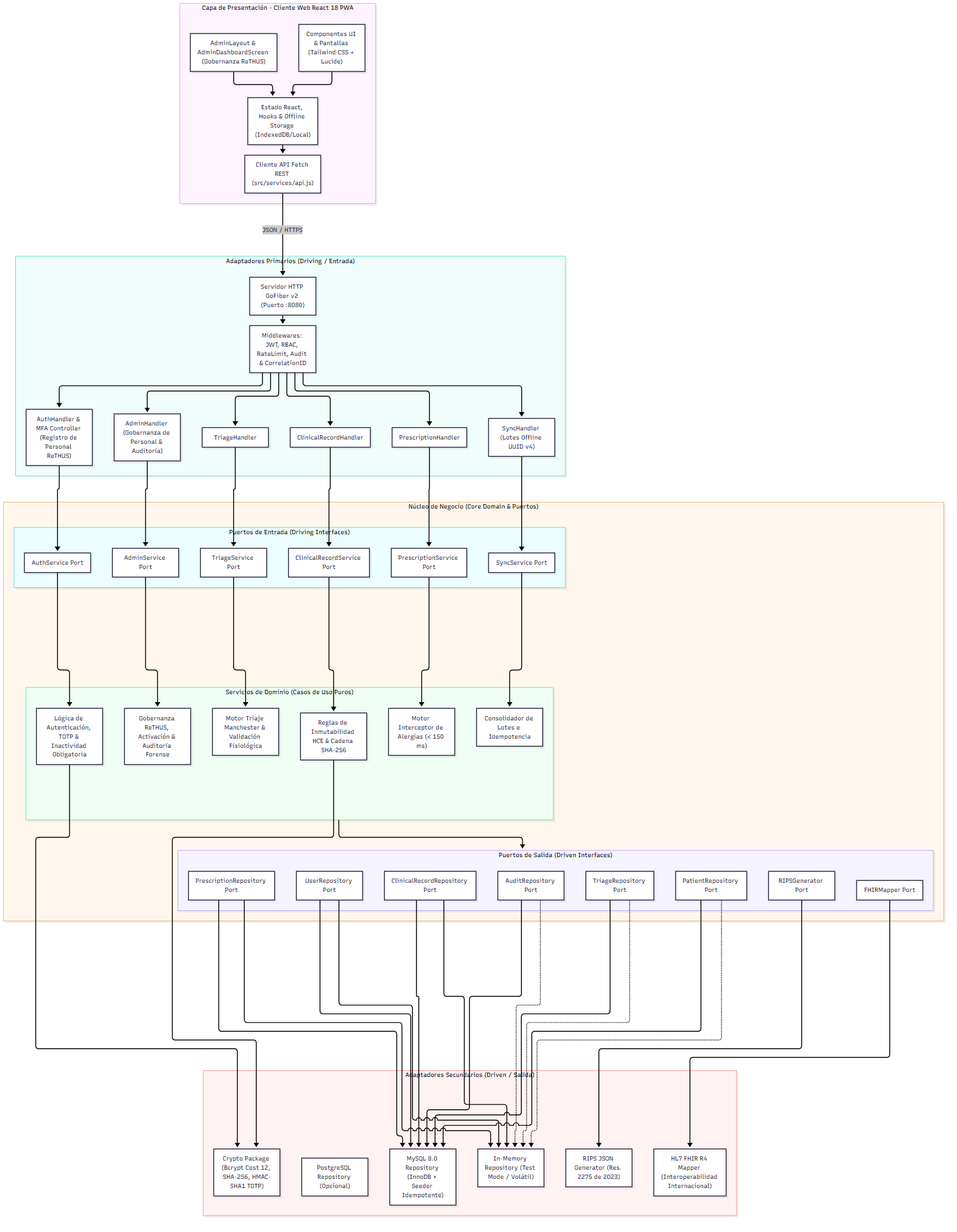
ThiagoVelez/Proyecto_felipe keeps this Mermaid diagram as docs/diagrams/02_arquitectura_hexagonal.png. Above is the earlier version. Its source is kept beside it as docs/diagrams/02_arquitectura_hexagonal.mmd.
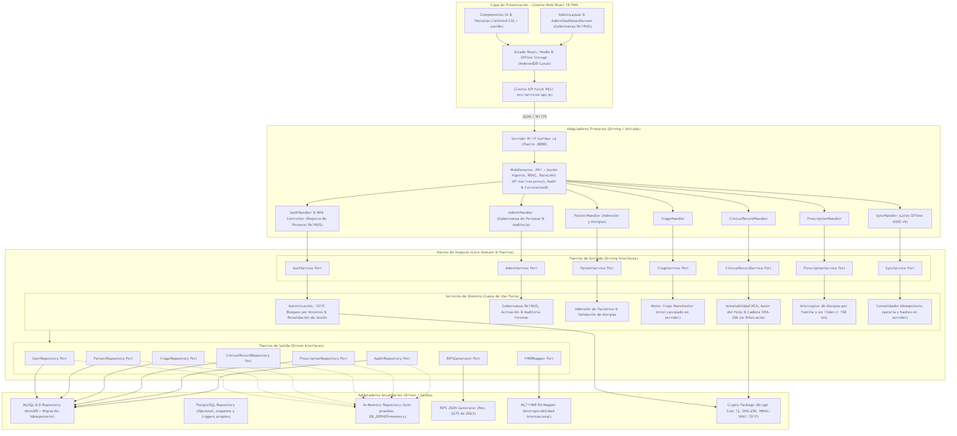
Later version of the same file.

Change to the diagram source:
```diff
@@ -13,11 +13,12 @@
         FiberServer["Servidor HTTP GoFiber v2 (Puerto :8080)"]
         AuthHandler["AuthHandler & MFA Controller (Registro de Personal ReTHUS)"]
         AdminHandler["AdminHandler (Gobernanza de Personal & Auditoría)"]
+        PatientHandler["PatientHandler (Admisión y Alergias)"]
         TriageHandler["TriageHandler"]
         RecordHandler["ClinicalRecordHandler"]
         PrescHandler["PrescriptionHandler"]
         SyncHandler["SyncHandler (Lotes Offline UUID v4)"]
-        Middlewares["Middlewares: JWT, RBAC, RateLimit, Audit & CorrelationID"]
+        Middlewares["Middlewares: JWT + Sesión Vigente, RBAC, RateLimit (IP real tras proxy), Audit & CorrelationID"]
     end
 
     subgraph CoreHexagon ["Núcleo de Negocio (Core Domain & Puertos)"]
@@ -25,6 +26,7 @@
         subgraph InPorts ["Puertos de Entrada (Driving Interfaces)"]
             AuthServicePort["AuthService Port"]
             AdminServicePort["AdminService Port"]
+            PatientServicePort["PatientService Port"]
             TriageServicePort["TriageService Port"]
             RecordServicePort["ClinicalRecordService Port"]
             PrescServicePort["PrescriptionService Port"]
@@ -32,12 +34,13 @@
         end
 
         subgraph DomainServices ["Servicios de Dominio (Casos de Uso Puros)"]
-            AuthLogic["Lógica de Autenticación, TOTP & Inactividad Obligatoria"]
+            AuthLogic["Autenticación, TOTP, Bloqueo por Intentos & Revalidación de Sesión"]
             AdminLogic["Gobernanza ReTHUS, Activación & Auditoría Forense"]
-            ManchesterEngine["Motor Triaje Manchester & Validación Fisiológica"]
-            HCEImmutability["Reglas de Inmutabilidad HCE & Cadena SHA-256"]
-            AllergyInterceptor["Motor Interceptor de Alergias (< 150 ms)"]
-            SyncIdempotency["Consolidador de Lotes e Idempotencia"]
+            PatientLogic["Admisión de Pacientes & Validación de Alergias"]
+            ManchesterEngine["Motor Triaje Manchester (nivel calculado en servidor)"]
+            HCEImmutability["Inmutabilidad HCE, Autor del Folio & Cadena SHA-256 sin Bifurcación"]
+            AllergyInterceptor["Interceptor de Alergias por Familia y sin Tildes (< 150 ms)"]
+            SyncIdempotency["Consolidador Idempotente (autoría y hashes en servidor)"]
         end
 
         subgraph OutPorts ["Puertos de Salida (Driven Interfaces)"]
@@ -54,9 +57,9 @@
 
     subgraph SecondaryAdapters ["Adaptadores Secundarios (Driven / Salida)"]
         direction TB
-        MySQLAdapter["MySQL 8.0 Repository (InnoDB + Seeder Idempotente)"]
-        PostgresAdapter["PostgreSQL Repository (Opcional)"]
-        MemoryAdapter["In-Memory Repository (Test Mode / Volátil)"]
+        MySQLAdapter["MySQL 8.0 Repository (InnoDB + Migración Idempotente)"]
+        PostgresAdapter["PostgreSQL Repository (Opcional, esquema y triggers propios)"]
+        MemoryAdapter["In-Memory Repository (Solo pruebas, DB_DRIVER=memory)"]
         RIPSJsonAdapter["RIPS JSON Generator (Res. 2275 de 2023)"]
         HL7FHIRAdapter["HL7 FHIR R4 Mapper (Interoperabilidad Internacional)"]
         CryptoAdapter["Crypto Package (Bcrypt Cost 12, SHA-256, HMAC-SHA1 TOTP)"]
@@ -66,6 +69,7 @@
     FiberServer --> Middlewares
     Middlewares --> AuthHandler
     Middlewares --> AdminHandler
+    Middlewares --> PatientHandler
     Middlewares --> TriageHandler
     Middlewares --> RecordHandler
     Middlewares --> PrescHandler
@@ -73,6 +77,7 @@
 
     AuthHandler --> AuthServicePort
     AdminHandler --> AdminServicePort
+    PatientHandler --> PatientServicePort
     TriageHandler --> TriageServicePort
     RecordHandler --> RecordServicePort
     PrescHandler --> PrescServicePort
@@ -80,6 +85,7 @@
 
     AuthServicePort --> AuthLogic
     AdminServicePort --> AdminLogic
+    PatientServicePort --> PatientLogic
     TriageServicePort --> ManchesterEngine
     RecordServicePort --> HCEImmutability
     PrescServicePort --> AllergyInterceptor
```
